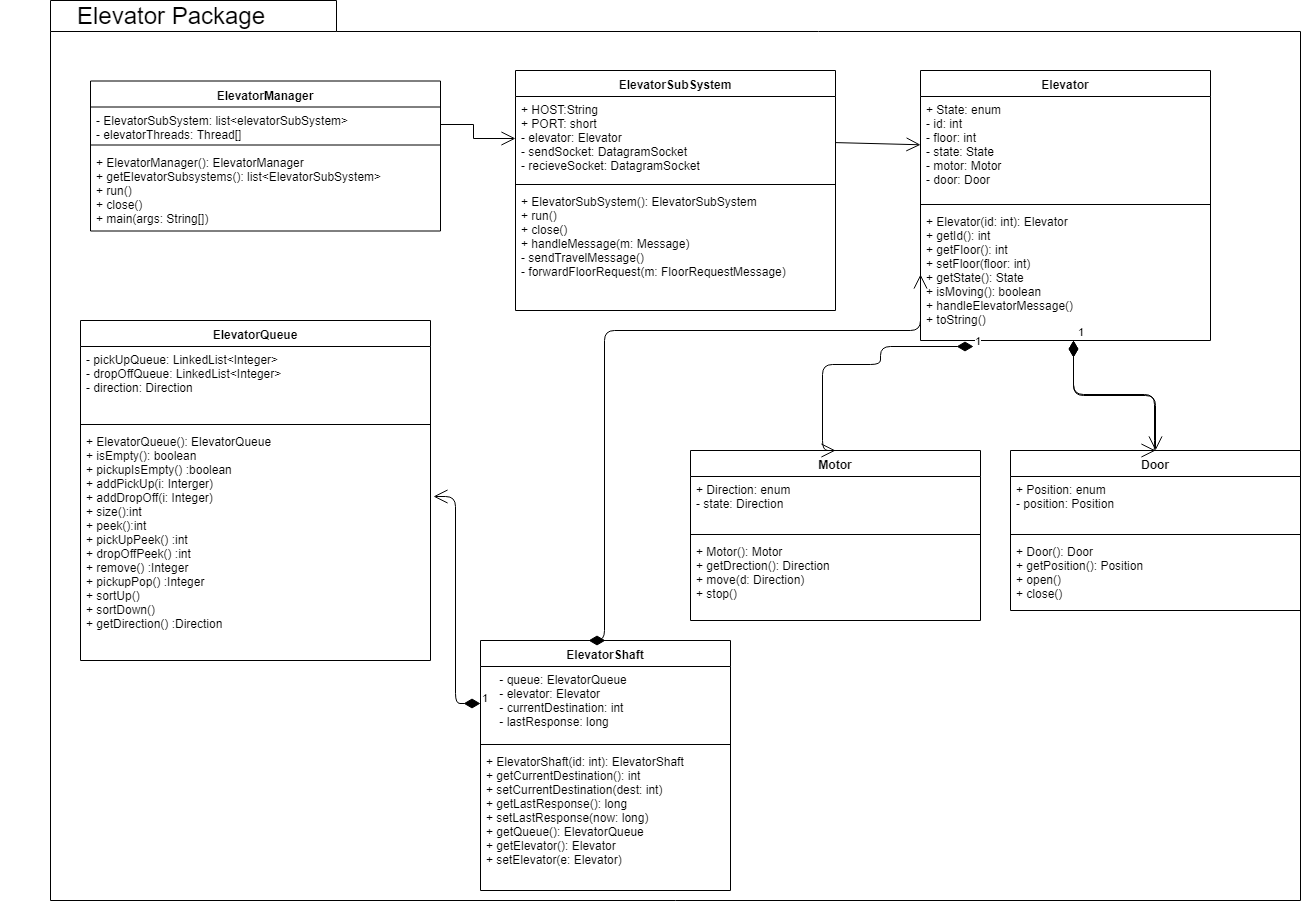
Earlier version of the draw.io export diagrams/elevator_uml.png (vikrambombhi/elevator-simulator). Source tidied: cells renumbered, new cells last; positions are measured from the earlier drawing's top-left corner, leaving out a move shared by most shapes. The source it was exported from:
```xml
<mxGraphModel>
  <root>
    <mxCell id="0" />
    <mxCell id="1" parent="0" />
    <mxCell id="2" style="shape=folder;fontStyle=1;spacingTop=10;tabWidth=286;tabHeight=31;tabPosition=left;html=1;direction=east;" parent="1" vertex="1">
      <mxGeometry x="50" width="1250" height="900" as="geometry" />
    </mxCell>
    <mxCell id="3" value="ElevatorSubSystem&#10;" style="swimlane;fontStyle=1;align=center;verticalAlign=top;horizontal=1;startSize=26;" parent="1" vertex="1">
      <mxGeometry x="515" y="70" width="320" height="240" as="geometry" />
    </mxCell>
    <mxCell id="4" value="+ HOST:String&#10;+ PORT: short&#10;- elevator: Elevator&#10;- sendSocket: DatagramSocket&#10;- recieveSocket: DatagramSocket&#10;" style="text;strokeColor=none;fillColor=none;align=left;verticalAlign=top;spacingLeft=4;spacingRight=4;overflow=hidden;points=[[0,0.5],[1,0.5]];portConstraint=eastwest;" parent="3" vertex="1">
      <mxGeometry y="26" width="320" height="84" as="geometry" />
    </mxCell>
    <mxCell id="5" style="line;strokeWidth=1;fillColor=none;align=left;verticalAlign=middle;spacingTop=-1;spacingLeft=3;spacingRight=3;labelPosition=right;" parent="3" vertex="1">
      <mxGeometry y="110" width="320" height="8" as="geometry" />
    </mxCell>
    <mxCell id="6" value="+ ElevatorSubSystem(): ElevatorSubSystem&#10;+ run()&#10;+ close()&#10;+ handleMessage(m: Message)&#10;- sendTravelMessage()&#10;- forwardFloorRequest(m: FloorRequestMessage)&#10;&#10;" style="text;strokeColor=none;fillColor=none;align=left;verticalAlign=top;spacingLeft=4;spacingRight=4;overflow=hidden;" parent="3" vertex="1">
      <mxGeometry y="118" width="320" height="122" as="geometry" />
    </mxCell>
    <mxCell id="7" value="Elevator" style="swimlane;fontStyle=1;align=center;verticalAlign=top;horizontal=1;startSize=26;" parent="1" vertex="1">
      <mxGeometry x="920" y="70" width="290" height="270" as="geometry" />
    </mxCell>
    <mxCell id="8" value="+ State: enum&#10;- id: int&#10;- floor: int&#10;- state: State&#10;- motor: Motor&#10;- door: Door&#10;&#10;" style="text;strokeColor=none;fillColor=none;align=left;verticalAlign=top;spacingLeft=4;spacingRight=4;overflow=hidden;points=[[0,0.5],[1,0.5]];portConstraint=eastwest;" parent="7" vertex="1">
      <mxGeometry y="26" width="290" height="104" as="geometry" />
    </mxCell>
    <mxCell id="9" style="line;strokeWidth=1;fillColor=none;align=left;verticalAlign=middle;spacingTop=-1;spacingLeft=3;spacingRight=3;labelPosition=right;" parent="7" vertex="1">
      <mxGeometry y="130" width="290" height="8" as="geometry" />
    </mxCell>
    <mxCell id="10" value="+ Elevator(id: int): Elevator&#10;+ getId(): int&#10;+ getFloor(): int&#10;+ setFloor(floor: int)&#10;+ getState(): State&#10;+ isMoving(): boolean&#10;+ handleElevatorMessage()&#10;+ toString()&#10;&#10;&#10;&#10;" style="text;strokeColor=none;fillColor=none;align=left;verticalAlign=top;spacingLeft=4;spacingRight=4;overflow=hidden;points=[[0,0.5],[1,0.5]];portConstraint=eastwest;" parent="7" vertex="1">
      <mxGeometry y="138" width="290" height="132" as="geometry" />
    </mxCell>
    <mxCell id="11" style="endArrow=open;endFill=1;endSize=12;html=1;" parent="1" edge="1" source="4" target="8">
      <mxGeometry relative="1" as="geometry" />
    </mxCell>
    <mxCell id="12" value="Motor" style="swimlane;fontStyle=1;align=center;verticalAlign=top;horizontal=1;startSize=26;" parent="1" vertex="1">
      <mxGeometry x="690" y="450" width="290" height="170" as="geometry" />
    </mxCell>
    <mxCell id="13" value="+ Direction: enum&#10;- state: Direction&#10;" style="text;strokeColor=none;fillColor=none;align=left;verticalAlign=top;spacingLeft=4;spacingRight=4;overflow=hidden;" parent="12" vertex="1">
      <mxGeometry y="26" width="290" height="54" as="geometry" />
    </mxCell>
    <mxCell id="14" style="line;strokeWidth=1;fillColor=none;align=left;verticalAlign=middle;spacingTop=-1;spacingLeft=3;spacingRight=3;labelPosition=right;" parent="12" vertex="1">
      <mxGeometry y="80" width="290" height="8" as="geometry" />
    </mxCell>
    <mxCell id="15" value="+ Motor(): Motor&#10;+ getDrection(): Direction&#10;+ move(d: Direction)&#10;+ stop()&#10;&#10;&#10;&#10;&#10;" style="text;strokeColor=none;fillColor=none;align=left;verticalAlign=top;spacingLeft=4;spacingRight=4;overflow=hidden;" parent="12" vertex="1">
      <mxGeometry y="88" width="290" height="82" as="geometry" />
    </mxCell>
    <mxCell id="16" value="Door" style="swimlane;fontStyle=1;align=center;verticalAlign=top;horizontal=1;startSize=26;" parent="1" vertex="1">
      <mxGeometry x="1010" y="450" width="290" height="160" as="geometry" />
    </mxCell>
    <mxCell id="17" value="+ Position: enum&#10;- position: Position&#10;" style="text;strokeColor=none;fillColor=none;align=left;verticalAlign=top;spacingLeft=4;spacingRight=4;overflow=hidden;" parent="16" vertex="1">
      <mxGeometry y="26" width="290" height="54" as="geometry" />
    </mxCell>
    <mxCell id="18" style="line;strokeWidth=1;fillColor=none;align=left;verticalAlign=middle;spacingTop=-1;spacingLeft=3;spacingRight=3;labelPosition=right;" parent="16" vertex="1">
      <mxGeometry y="80" width="290" height="8" as="geometry" />
    </mxCell>
    <mxCell id="19" value="+ Door(): Door&#10;+ getPosition(): Position&#10;+ open()&#10;+ close()&#10;&#10;&#10;&#10;&#10;" style="text;strokeColor=none;fillColor=none;align=left;verticalAlign=top;spacingLeft=4;spacingRight=4;overflow=hidden;" parent="16" vertex="1">
      <mxGeometry y="88" width="290" height="72" as="geometry" />
    </mxCell>
    <mxCell id="20" value="&lt;font style=&quot;font-size: 24px&quot;&gt;Elevator Package&lt;/font&gt;" style="text;html=1;strokeColor=none;fillColor=none;align=center;verticalAlign=middle;whiteSpace=wrap;rounded=0;" parent="1" vertex="1">
      <mxGeometry y="10" width="340" height="10" as="geometry" />
    </mxCell>
    <mxCell id="21" value="ElevatorManager" style="swimlane;fontStyle=1;align=center;verticalAlign=top;horizontal=1;startSize=26;" parent="1" vertex="1">
      <mxGeometry x="90" y="80.5" width="350" height="150" as="geometry" />
    </mxCell>
    <mxCell id="22" value="- ElevatorSubSystem: list&lt;elevatorSubSystem&gt;&#10;- elevatorThreads: Thread[]&#10;" style="text;strokeColor=none;fillColor=none;align=left;verticalAlign=top;spacingLeft=4;spacingRight=4;overflow=hidden;points=[[0,0.5],[1,0.5]];portConstraint=eastwest;" parent="21" vertex="1">
      <mxGeometry y="26" width="350" height="34" as="geometry" />
    </mxCell>
    <mxCell id="23" style="line;strokeWidth=1;fillColor=none;align=left;verticalAlign=middle;spacingTop=-1;spacingLeft=3;spacingRight=3;labelPosition=right;" parent="21" vertex="1">
      <mxGeometry y="60" width="350" height="8" as="geometry" />
    </mxCell>
    <mxCell id="24" value="+ ElevatorManager(): ElevatorManager&#10;+ getElevatorSubsystems(): list&lt;ElevatorSubSystem&gt;&#10;+ run()&#10;+ close()&#10;+ main(args: String[])&#10;" style="text;strokeColor=none;fillColor=none;align=left;verticalAlign=top;spacingLeft=4;spacingRight=4;overflow=hidden;" parent="21" vertex="1">
      <mxGeometry y="68" width="350" height="82" as="geometry" />
    </mxCell>
    <mxCell id="25" style="edgeStyle=orthogonalEdgeStyle;rounded=0;html=1;exitX=1;exitY=0.5;exitDx=0;exitDy=0;jettySize=auto;endArrow=open;endFill=0;endSize=12;" parent="1" edge="1" source="22" target="4">
      <mxGeometry relative="1" as="geometry" />
    </mxCell>
    <mxCell id="26" value="ElevatorQueue" style="swimlane;fontStyle=1;align=center;verticalAlign=top;horizontal=1;startSize=26;" parent="1" vertex="1">
      <mxGeometry x="80" y="320" width="350" height="340" as="geometry" />
    </mxCell>
    <mxCell id="27" value="- pickUpQueue: LinkedList&lt;Integer&gt;&#10;- dropOffQueue: LinkedList&lt;Integer&gt;&#10;- direction: Direction&#10;&#10;" style="text;strokeColor=none;fillColor=none;align=left;verticalAlign=top;spacingLeft=4;spacingRight=4;overflow=hidden;" parent="26" vertex="1">
      <mxGeometry y="26" width="350" height="74" as="geometry" />
    </mxCell>
    <mxCell id="28" style="line;strokeWidth=1;fillColor=none;align=left;verticalAlign=middle;spacingTop=-1;spacingLeft=3;spacingRight=3;labelPosition=right;" parent="26" vertex="1">
      <mxGeometry y="100" width="350" height="8" as="geometry" />
    </mxCell>
    <mxCell id="29" value="+ ElevatorQueue(): ElevatorQueue&#10;+ isEmpty(): boolean &#10;+ pickupIsEmpty() :boolean &#10;+ addPickUp(i: Interger)&#10;+ addDropOff(i: Integer)&#10;+ size():int &#10;+ peek():int &#10;+ pickUpPeek() :int &#10;+ dropOffPeek() :int &#10;+ remove() :Integer &#10;+ pickupPop() :Integer &#10;+ sortUp()&#10;+ sortDown()&#10;+ getDirection() :Direction &#10;&#10;&#10;&#10;" style="text;strokeColor=none;fillColor=none;align=left;verticalAlign=top;spacingLeft=4;spacingRight=4;overflow=hidden;points=[[0,0.5],[1,0.5]];portConstraint=eastwest;" parent="26" vertex="1">
      <mxGeometry y="108" width="350" height="232" as="geometry" />
    </mxCell>
    <mxCell id="30" value="ElevatorShaft" style="swimlane;fontStyle=1;align=center;verticalAlign=top;horizontal=1;startSize=26;" parent="1" vertex="1">
      <mxGeometry x="480" y="640" width="250" height="250" as="geometry" />
    </mxCell>
    <mxCell id="31" value="    - queue: ElevatorQueue&#10;    - elevator: Elevator&#10;    - currentDestination: int&#10;    - lastResponse: long&#10;" style="text;strokeColor=none;fillColor=none;align=left;verticalAlign=top;spacingLeft=4;spacingRight=4;overflow=hidden;points=[[0,0.5],[1,0.5]];portConstraint=eastwest;" parent="30" vertex="1">
      <mxGeometry y="26" width="250" height="74" as="geometry" />
    </mxCell>
    <mxCell id="32" style="line;strokeWidth=1;fillColor=none;align=left;verticalAlign=middle;spacingTop=-1;spacingLeft=3;spacingRight=3;labelPosition=right;" parent="30" vertex="1">
      <mxGeometry y="100" width="250" height="8" as="geometry" />
    </mxCell>
    <mxCell id="33" value="+ ElevatorShaft(id: int): ElevatorShaft&#10;+ getCurrentDestination(): int&#10;+ setCurrentDestination(dest: int)&#10;+ getLastResponse(): long&#10;+ setLastResponse(now: long)&#10;+ getQueue(): ElevatorQueue&#10;+ getElevator(): Elevator&#10;+ setElevator(e: Elevator)&#10;&#10;&#10;&#10;&#10;&#10;" style="text;strokeColor=none;fillColor=none;align=left;verticalAlign=top;spacingLeft=4;spacingRight=4;overflow=hidden;" parent="30" vertex="1">
      <mxGeometry y="108" width="250" height="142" as="geometry" />
    </mxCell>
    <mxCell id="34" value="1" style="endArrow=open;html=1;endSize=12;startArrow=diamondThin;startSize=14;startFill=1;edgeStyle=orthogonalEdgeStyle;align=left;verticalAlign=bottom;entryX=0.5;entryY=0;entryDx=0;entryDy=0;exitX=0.528;exitY=1.001;exitDx=0;exitDy=0;exitPerimeter=0;" parent="1" edge="1" source="10" target="16">
      <mxGeometry x="-1" y="3" relative="1" as="geometry" />
    </mxCell>
    <mxCell id="35" value="1" style="endArrow=open;html=1;endSize=12;startArrow=diamondThin;startSize=14;startFill=1;edgeStyle=orthogonalEdgeStyle;align=left;verticalAlign=bottom;entryX=0.5;entryY=0;entryDx=0;entryDy=0;exitX=0.528;exitY=1.001;exitDx=0;exitDy=0;exitPerimeter=0;" parent="1" edge="1" source="10" target="16">
      <mxGeometry x="-1" y="3" relative="1" as="geometry">
        <Array as="points">
          <mxPoint x="1073" y="394" />
          <mxPoint x="1154" y="394" />
        </Array>
      </mxGeometry>
    </mxCell>
    <mxCell id="36" value="1" style="endArrow=open;html=1;endSize=12;startArrow=diamondThin;startSize=14;startFill=1;edgeStyle=orthogonalEdgeStyle;align=left;verticalAlign=bottom;entryX=0.5;entryY=0;entryDx=0;entryDy=0;exitX=0.183;exitY=1.044;exitDx=0;exitDy=0;exitPerimeter=0;" parent="1" edge="1" source="10" target="12">
      <mxGeometry x="-1" y="3" relative="1" as="geometry">
        <Array as="points">
          <mxPoint x="880" y="346" />
          <mxPoint x="880" y="364" />
          <mxPoint x="822" y="364" />
          <mxPoint x="822" y="450" />
        </Array>
      </mxGeometry>
    </mxCell>
    <mxCell id="37" value="1" style="endArrow=open;html=1;endSize=12;startArrow=diamondThin;startSize=14;startFill=1;edgeStyle=orthogonalEdgeStyle;align=left;verticalAlign=bottom;exitX=0;exitY=0.5;exitDx=0;exitDy=0;entryX=1.009;entryY=0.292;entryDx=0;entryDy=0;entryPerimeter=0;" parent="1" edge="1" source="31" target="29">
      <mxGeometry x="-1" y="3" relative="1" as="geometry" />
    </mxCell>
    <mxCell id="38" style="endArrow=open;html=1;endSize=12;startArrow=diamondThin;startSize=14;startFill=1;edgeStyle=orthogonalEdgeStyle;align=left;verticalAlign=bottom;exitX=0.5;exitY=0;exitDx=0;exitDy=0;entryX=0;entryY=0.5;entryDx=0;entryDy=0;" parent="1" edge="1" source="30" target="10">
      <mxGeometry x="-1" y="3" relative="1" as="geometry">
        <Array as="points">
          <mxPoint x="604" y="330" />
          <mxPoint x="920" y="330" />
        </Array>
      </mxGeometry>
    </mxCell>
  </root>
</mxGraphModel>
```
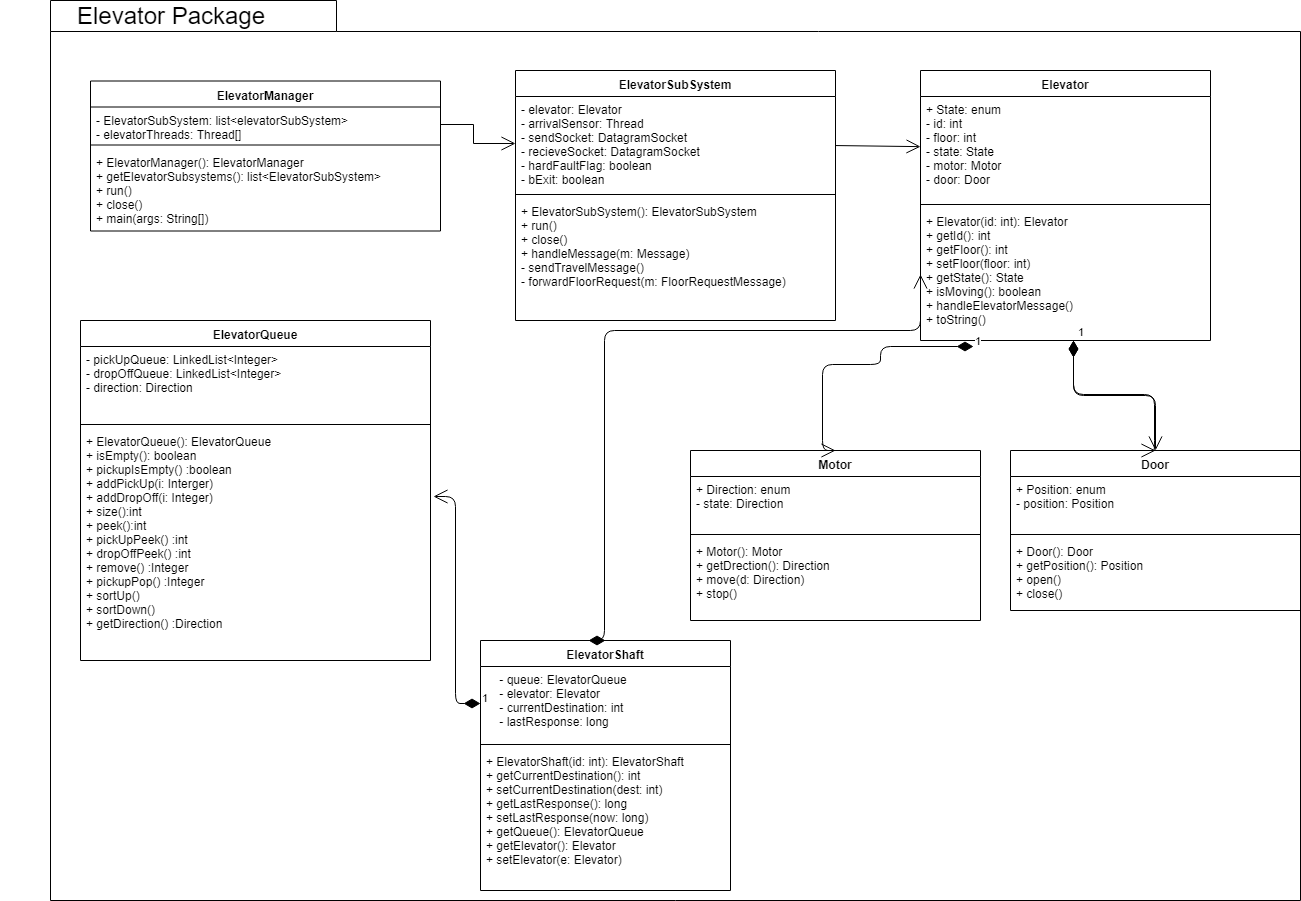
Later version of the same file.

Commit message:
update scheulder & elevator systems uml

Diff of the diagram source:
```diff
@@ -6,16 +6,16 @@
       <mxGeometry x="50" width="1250" height="900" as="geometry" />
     </mxCell>
     <mxCell id="3" value="ElevatorSubSystem&#10;" style="swimlane;fontStyle=1;align=center;verticalAlign=top;horizontal=1;startSize=26;" parent="1" vertex="1">
-      <mxGeometry x="515" y="70" width="320" height="240" as="geometry" />
+      <mxGeometry x="515" y="70" width="320" height="250" as="geometry" />
     </mxCell>
-    <mxCell id="4" value="+ HOST:String&#10;+ PORT: short&#10;- elevator: Elevator&#10;- sendSocket: DatagramSocket&#10;- recieveSocket: DatagramSocket&#10;" style="text;strokeColor=none;fillColor=none;align=left;verticalAlign=top;spacingLeft=4;spacingRight=4;overflow=hidden;points=[[0,0.5],[1,0.5]];portConstraint=eastwest;" parent="3" vertex="1">
-      <mxGeometry y="26" width="320" height="84" as="geometry" />
+    <mxCell id="4" value="- elevator: Elevator&#10;- arrivalSensor: Thread&#10;- sendSocket: DatagramSocket&#10;- recieveSocket: DatagramSocket&#10;- hardFaultFlag: boolean&#10;- bExit: boolean&#10;" style="text;strokeColor=none;fillColor=none;align=left;verticalAlign=top;spacingLeft=4;spacingRight=4;overflow=hidden;points=[[0,0.5],[1,0.5]];portConstraint=eastwest;" parent="3" vertex="1">
+      <mxGeometry y="26" width="320" height="94" as="geometry" />
     </mxCell>
     <mxCell id="5" style="line;strokeWidth=1;fillColor=none;align=left;verticalAlign=middle;spacingTop=-1;spacingLeft=3;spacingRight=3;labelPosition=right;" parent="3" vertex="1">
-      <mxGeometry y="110" width="320" height="8" as="geometry" />
+      <mxGeometry y="120" width="320" height="8" as="geometry" />
     </mxCell>
     <mxCell id="6" value="+ ElevatorSubSystem(): ElevatorSubSystem&#10;+ run()&#10;+ close()&#10;+ handleMessage(m: Message)&#10;- sendTravelMessage()&#10;- forwardFloorRequest(m: FloorRequestMessage)&#10;&#10;" style="text;strokeColor=none;fillColor=none;align=left;verticalAlign=top;spacingLeft=4;spacingRight=4;overflow=hidden;" parent="3" vertex="1">
-      <mxGeometry y="118" width="320" height="122" as="geometry" />
+      <mxGeometry y="128" width="320" height="122" as="geometry" />
     </mxCell>
     <mxCell id="7" value="Elevator" style="swimlane;fontStyle=1;align=center;verticalAlign=top;horizontal=1;startSize=26;" parent="1" vertex="1">
       <mxGeometry x="920" y="70" width="290" height="270" as="geometry" />
```
